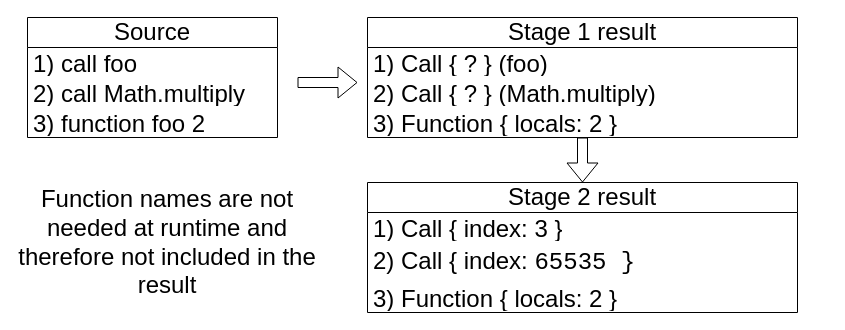
This is thesis/fig/backpatching.drawio from Funkschy/nand-to-browser, a draw.io file, before an edit. Source tidied: cells renumbered, new cells numbered last; positions are measured from the earlier drawing's top-left corner, leaving out a move shared by most shapes. Both pictures are drawn from the tidied source at 100%, with x=0, y=0 at pixel (17, 17).
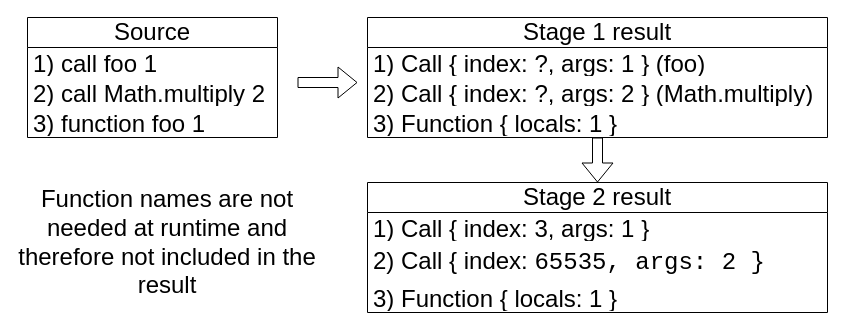
After the change.

The edit, as a diff of the source:
```diff
@@
 <mxGraphModel>
   <root>
     <mxCell id="0" />
     <mxCell id="1" parent="0" />
     <mxCell id="2" value="Source" style="swimlane;fontStyle=0;horizontal=1;startSize=30;whiteSpace=wrap;html=1;fontSize=24;" parent="1" vertex="1">
       <mxGeometry x="10" width="250" height="120" as="geometry" />
     </mxCell>
-    <mxCell id="3" value="1) call foo" style="text;strokeColor=none;fillColor=none;align=left;verticalAlign=middle;spacingLeft=4;spacingRight=4;overflow=hidden;whiteSpace=wrap;html=1;fontSize=24;" parent="2" vertex="1">
+    <mxCell id="3" value="1) call foo 1" style="text;strokeColor=none;fillColor=none;align=left;verticalAlign=middle;spacingLeft=4;spacingRight=4;overflow=hidden;whiteSpace=wrap;html=1;fontSize=24;" parent="2" vertex="1">
       <mxGeometry y="30" width="250" height="30" as="geometry" />
     </mxCell>
-    <mxCell id="4" value="2) call Math.multiply" style="text;strokeColor=none;fillColor=none;align=left;verticalAlign=middle;spacingLeft=4;spacingRight=4;overflow=hidden;whiteSpace=wrap;html=1;fontSize=24;" parent="2" vertex="1">
+    <mxCell id="4" value="2) call Math.multiply 2" style="text;strokeColor=none;fillColor=none;align=left;verticalAlign=middle;spacingLeft=4;spacingRight=4;overflow=hidden;whiteSpace=wrap;html=1;fontSize=24;" parent="2" vertex="1">
       <mxGeometry y="60" width="250" height="30" as="geometry" />
     </mxCell>
-    <mxCell id="5" value="3) function foo 2" style="text;strokeColor=none;fillColor=none;align=left;verticalAlign=middle;spacingLeft=4;spacingRight=4;overflow=hidden;whiteSpace=wrap;html=1;fontSize=24;" parent="2" vertex="1">
+    <mxCell id="5" value="3) function foo 1" style="text;strokeColor=none;fillColor=none;align=left;verticalAlign=middle;spacingLeft=4;spacingRight=4;overflow=hidden;whiteSpace=wrap;html=1;fontSize=24;" parent="2" vertex="1">
       <mxGeometry y="90" width="250" height="30" as="geometry" />
     </mxCell>
     <mxCell id="6" value="Stage 1 result" style="swimlane;fontStyle=0;horizontal=1;startSize=30;whiteSpace=wrap;html=1;fontSize=24;" parent="1" vertex="1">
-      <mxGeometry x="350" width="430" height="120" as="geometry" />
+      <mxGeometry x="350" width="460" height="120" as="geometry" />
     </mxCell>
-    <mxCell id="7" value="1) Call { ? } (foo)" style="text;strokeColor=none;fillColor=none;align=left;verticalAlign=middle;spacingLeft=4;spacingRight=4;overflow=hidden;whiteSpace=wrap;html=1;fontSize=24;" parent="6" vertex="1">
-      <mxGeometry y="30" width="430" height="30" as="geometry" />
+    <mxCell id="7" value="1) Call { index: ?, args: 1 } (foo) " style="text;strokeColor=none;fillColor=none;align=left;verticalAlign=middle;spacingLeft=4;spacingRight=4;overflow=hidden;whiteSpace=wrap;html=1;fontSize=24;" parent="6" vertex="1">
+      <mxGeometry y="30" width="460" height="30" as="geometry" />
     </mxCell>
-    <mxCell id="8" value="2) Call { ? } (Math.multiply)" style="text;strokeColor=none;fillColor=none;align=left;verticalAlign=middle;spacingLeft=4;spacingRight=4;overflow=hidden;whiteSpace=wrap;html=1;fontSize=24;" parent="6" vertex="1">
-      <mxGeometry y="60" width="430" height="30" as="geometry" />
+    <mxCell id="8" value="2) Call { index: ?, args: 2 } (Math.multiply)" style="text;strokeColor=none;fillColor=none;align=left;verticalAlign=middle;spacingLeft=4;spacingRight=4;overflow=hidden;whiteSpace=wrap;html=1;fontSize=24;" parent="6" vertex="1">
+      <mxGeometry y="60" width="460" height="30" as="geometry" />
     </mxCell>
-    <mxCell id="9" value="3) Function { locals: 2 }" style="text;strokeColor=none;fillColor=none;align=left;verticalAlign=middle;spacingLeft=4;spacingRight=4;overflow=hidden;whiteSpace=wrap;html=1;fontSize=24;" parent="6" vertex="1">
-      <mxGeometry y="90" width="430" height="30" as="geometry" />
+    <mxCell id="9" value="3) Function { locals: 1 }" style="text;strokeColor=none;fillColor=none;align=left;verticalAlign=middle;spacingLeft=4;spacingRight=4;overflow=hidden;whiteSpace=wrap;html=1;fontSize=24;" parent="6" vertex="1">
+      <mxGeometry y="90" width="460" height="30" as="geometry" />
     </mxCell>
     <mxCell id="10" value="Stage 2 result" style="swimlane;fontStyle=0;horizontal=1;startSize=30;whiteSpace=wrap;html=1;fontSize=24;" parent="1" vertex="1">
-      <mxGeometry x="350" y="165" width="430" height="130" as="geometry" />
+      <mxGeometry x="350" y="165" width="460" height="130" as="geometry" />
     </mxCell>
-    <mxCell id="11" value="1) Call { index: 3 }" style="text;strokeColor=none;fillColor=none;align=left;verticalAlign=middle;spacingLeft=4;spacingRight=4;overflow=hidden;whiteSpace=wrap;html=1;fontSize=24;" parent="10" vertex="1">
-      <mxGeometry y="30" width="430" height="30" as="geometry" />
+    <mxCell id="11" value="1) Call { index: 3, args: 1 }" style="text;strokeColor=none;fillColor=none;align=left;verticalAlign=middle;spacingLeft=4;spacingRight=4;overflow=hidden;whiteSpace=wrap;html=1;fontSize=24;" parent="10" vertex="1">
+      <mxGeometry y="30" width="460" height="30" as="geometry" />
     </mxCell>
-    <mxCell id="12" value="2) Call { index: &lt;code&gt;65535 }&lt;br&gt;&lt;/code&gt;" style="text;strokeColor=none;fillColor=none;align=left;verticalAlign=middle;spacingLeft=4;spacingRight=4;overflow=hidden;whiteSpace=wrap;html=1;fontSize=24;" parent="10" vertex="1">
-      <mxGeometry y="60" width="430" height="40" as="geometry" />
+    <mxCell id="12" value="2) Call { index: &lt;code&gt;65535, args: 2 }&lt;br&gt;&lt;/code&gt;" style="text;strokeColor=none;fillColor=none;align=left;verticalAlign=middle;spacingLeft=4;spacingRight=4;overflow=hidden;whiteSpace=wrap;html=1;fontSize=24;" parent="10" vertex="1">
+      <mxGeometry y="60" width="460" height="40" as="geometry" />
     </mxCell>
-    <mxCell id="13" value="3) Function { locals: 2 }" style="text;strokeColor=none;fillColor=none;align=left;verticalAlign=middle;spacingLeft=4;spacingRight=4;overflow=hidden;whiteSpace=wrap;html=1;fontSize=24;" parent="10" vertex="1">
-      <mxGeometry y="100" width="430" height="30" as="geometry" />
+    <mxCell id="13" value="3) Function { locals: 1 }" style="text;strokeColor=none;fillColor=none;align=left;verticalAlign=middle;spacingLeft=4;spacingRight=4;overflow=hidden;whiteSpace=wrap;html=1;fontSize=24;" parent="10" vertex="1">
+      <mxGeometry y="100" width="460" height="30" as="geometry" />
     </mxCell>
     <mxCell id="14" style="shape=flexArrow;endArrow=classic;html=1;rounded=0;fontSize=24;entryX=0.5;entryY=0;entryDx=0;entryDy=0;exitX=0.5;exitY=1;exitDx=0;exitDy=0;" parent="1" edge="1" source="6" target="10">
       <mxGeometry relative="1" as="geometry" />
     </mxCell>
     <mxCell id="15" value="Function names are not needed at runtime and therefore not included in the result" style="text;html=1;strokeColor=none;fillColor=none;align=center;verticalAlign=middle;whiteSpace=wrap;rounded=0;fontSize=24;" parent="1" vertex="1">
       <mxGeometry y="170" width="300" height="110" as="geometry" />
     </mxCell>
     <mxCell id="16" style="shape=flexArrow;endArrow=classic;html=1;rounded=0;fontSize=24;" parent="1" edge="1">
       <mxGeometry relative="1" as="geometry">
         <mxPoint x="280" y="65" as="sourcePoint" />
         <mxPoint x="340" y="65" as="targetPoint" />
       </mxGeometry>
     </mxCell>
   </root>
 </mxGraphModel>
```
